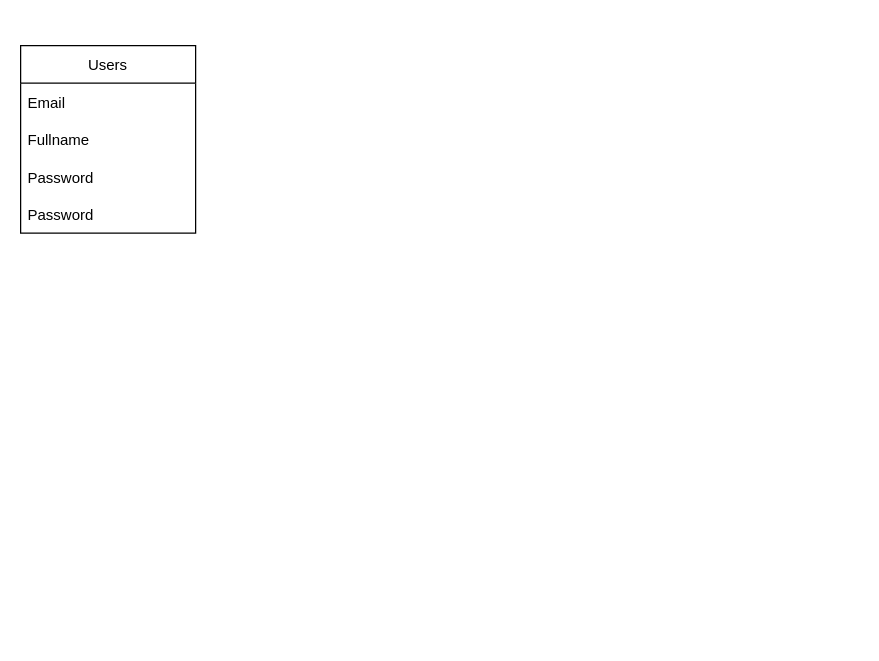
Above: Untitled Diagram.drawio in hafiedh/ardawalika (draw.io), before the change. Source tidied: cells renumbered, new cells numbered last; positions are measured from the earlier drawing's top-left corner, leaving out a move shared by most shapes. Both pictures are drawn from the tidied source at 125%, with x=0, y=0 at pixel (20, 45).
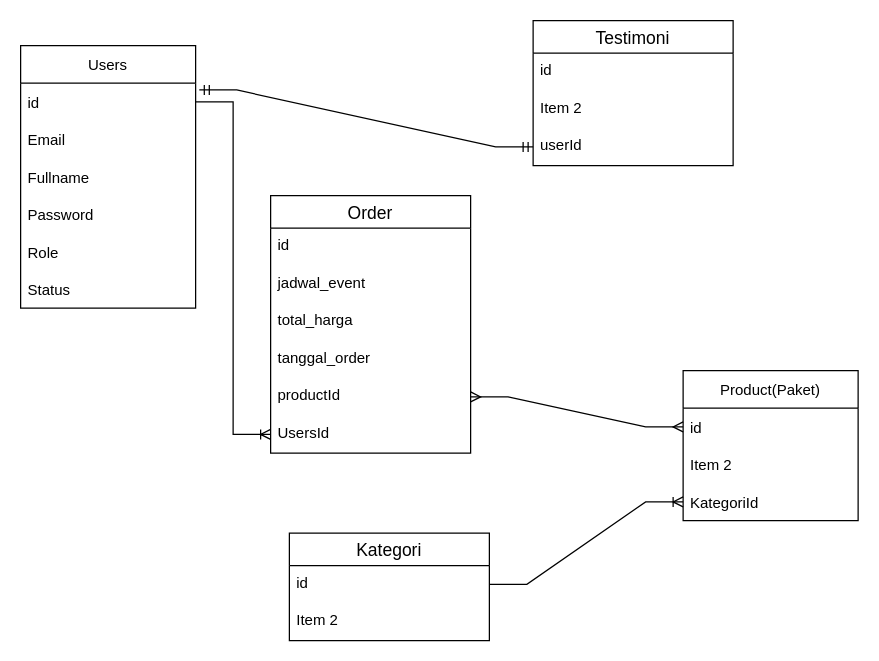
The same page after the edit.

Diff of the diagram source:
```diff
@@
     <mxCell id="2" value="Users" style="swimlane;fontStyle=0;horizontal=1;startSize=30;" parent="1" vertex="1">
-      <mxGeometry width="140" height="150" as="geometry" />
+      <mxGeometry width="140" height="210" as="geometry" />
     </mxCell>
+    <mxCell id="7" value="id" style="text;strokeColor=none;fillColor=none;align=left;verticalAlign=middle;spacingLeft=4;spacingRight=4;overflow=hidden;points=[[0,0.5],[1,0.5]];portConstraint=eastwest;" parent="2" vertex="1">
+      <mxGeometry y="30" width="140" height="30" as="geometry" />
+    </mxCell>
     <mxCell id="3" value="Email" style="text;strokeColor=none;fillColor=none;align=left;verticalAlign=middle;spacingLeft=4;spacingRight=4;overflow=hidden;" parent="2" vertex="1">
-      <mxGeometry y="30" width="140" height="30" as="geometry" />
+      <mxGeometry y="60" width="140" height="30" as="geometry" />
     </mxCell>
     <mxCell id="4" value="Fullname" style="text;strokeColor=none;fillColor=none;align=left;verticalAlign=middle;spacingLeft=4;spacingRight=4;overflow=hidden;" parent="2" vertex="1">
-      <mxGeometry y="60" width="140" height="30" as="geometry" />
+      <mxGeometry y="90" width="140" height="30" as="geometry" />
     </mxCell>
     <mxCell id="5" value="Password" style="text;strokeColor=none;fillColor=none;align=left;verticalAlign=middle;spacingLeft=4;spacingRight=4;overflow=hidden;" parent="2" vertex="1">
-      <mxGeometry y="90" width="140" height="30" as="geometry" />
+      <mxGeometry y="120" width="140" height="30" as="geometry" />
     </mxCell>
-    <mxCell id="6" value="Password" style="text;strokeColor=none;fillColor=none;align=left;verticalAlign=middle;spacingLeft=4;spacingRight=4;overflow=hidden;" parent="2" vertex="1">
-      <mxGeometry y="120" width="140" height="30" as="geometry" />
-    </mxCell>
+    <mxCell id="8" value="Role" style="text;strokeColor=none;fillColor=none;align=left;verticalAlign=middle;spacingLeft=4;spacingRight=4;overflow=hidden;" parent="2" vertex="1">
+      <mxGeometry y="150" width="140" height="30" as="geometry" />
+    </mxCell>
+    <mxCell id="9" value="Status" style="text;strokeColor=none;fillColor=none;align=left;verticalAlign=middle;spacingLeft=4;spacingRight=4;overflow=hidden;" parent="2" vertex="1">
+      <mxGeometry y="180" width="140" height="30" as="geometry" />
+    </mxCell>
+    <mxCell id="10" value="Product(Paket)" style="swimlane;fontStyle=0;horizontal=1;startSize=30;" parent="1" vertex="1">
+      <mxGeometry x="530" y="260" width="140" height="120" as="geometry" />
+    </mxCell>
+    <mxCell id="11" value="id" style="text;strokeColor=none;fillColor=none;align=left;verticalAlign=middle;spacingLeft=4;spacingRight=4;overflow=hidden;points=[[0,0.5],[1,0.5]];portConstraint=eastwest;" parent="10" vertex="1">
+      <mxGeometry y="30" width="140" height="30" as="geometry" />
+    </mxCell>
+    <mxCell id="12" value="Item 2" style="text;strokeColor=none;fillColor=none;align=left;verticalAlign=middle;spacingLeft=4;spacingRight=4;overflow=hidden;" parent="10" vertex="1">
+      <mxGeometry y="60" width="140" height="30" as="geometry" />
+    </mxCell>
+    <mxCell id="13" value="KategoriId" style="text;strokeColor=none;fillColor=none;align=left;verticalAlign=middle;spacingLeft=4;spacingRight=4;overflow=hidden;points=[[0,0.5],[1,0.5]];portConstraint=eastwest;" parent="10" vertex="1">
+      <mxGeometry y="90" width="140" height="30" as="geometry" />
+    </mxCell>
+    <mxCell id="14" style="edgeStyle=entityRelationEdgeStyle;fontSize=12;html=1;endArrow=ERoneToMany;rounded=0;exitX=1;exitY=0.5;exitDx=0;exitDy=0;entryX=0;entryY=0.5;entryDx=0;entryDy=0;" parent="1" edge="1" source="7" target="21">
+      <mxGeometry relative="1" as="geometry" />
+    </mxCell>
+    <mxCell id="15" value="Order" style="swimlane;fontStyle=0;horizontal=1;startSize=26;align=center;fontSize=14;" parent="1" vertex="1">
+      <mxGeometry x="200" y="120" width="160" height="206" as="geometry" />
+    </mxCell>
+    <mxCell id="16" value="id&#10;" style="text;strokeColor=none;fillColor=none;spacingLeft=4;spacingRight=4;overflow=hidden;fontSize=12;" parent="15" vertex="1">
+      <mxGeometry y="26" width="160" height="30" as="geometry" />
+    </mxCell>
+    <mxCell id="17" value="jadwal_event" style="text;strokeColor=none;fillColor=none;spacingLeft=4;spacingRight=4;overflow=hidden;fontSize=12;" parent="15" vertex="1">
+      <mxGeometry y="56" width="160" height="30" as="geometry" />
+    </mxCell>
+    <mxCell id="18" value="total_harga" style="text;strokeColor=none;fillColor=none;spacingLeft=4;spacingRight=4;overflow=hidden;fontSize=12;" parent="15" vertex="1">
+      <mxGeometry y="86" width="160" height="30" as="geometry" />
+    </mxCell>
+    <mxCell id="19" value="tanggal_order" style="text;strokeColor=none;fillColor=none;spacingLeft=4;spacingRight=4;overflow=hidden;fontSize=12;" parent="15" vertex="1">
+      <mxGeometry y="116" width="160" height="30" as="geometry" />
+    </mxCell>
+    <mxCell id="20" value="productId" style="text;strokeColor=none;fillColor=none;spacingLeft=4;spacingRight=4;overflow=hidden;points=[[0,0.5],[1,0.5]];portConstraint=eastwest;fontSize=12;" parent="15" vertex="1">
+      <mxGeometry y="146" width="160" height="30" as="geometry" />
+    </mxCell>
+    <mxCell id="21" value="UsersId" style="text;strokeColor=none;fillColor=none;spacingLeft=4;spacingRight=4;overflow=hidden;points=[[0,0.5],[1,0.5]];portConstraint=eastwest;fontSize=12;" parent="15" vertex="1">
+      <mxGeometry y="176" width="160" height="30" as="geometry" />
+    </mxCell>
+    <mxCell id="22" style="edgeStyle=entityRelationEdgeStyle;fontSize=12;html=1;endArrow=ERmany;startArrow=ERmany;rounded=0;exitX=1;exitY=0.5;exitDx=0;exitDy=0;entryX=0;entryY=0.5;entryDx=0;entryDy=0;" parent="1" edge="1" source="20" target="11">
+      <mxGeometry relative="1" as="geometry" />
+    </mxCell>
+    <mxCell id="23" value="Kategori" style="swimlane;fontStyle=0;horizontal=1;startSize=26;align=center;fontSize=14;" parent="1" vertex="1">
+      <mxGeometry x="215" y="390" width="160" height="86" as="geometry" />
+    </mxCell>
+    <mxCell id="24" value="id" style="text;strokeColor=none;fillColor=none;spacingLeft=4;spacingRight=4;overflow=hidden;points=[[0,0.5],[1,0.5]];portConstraint=eastwest;fontSize=12;" parent="23" vertex="1">
+      <mxGeometry y="26" width="160" height="30" as="geometry" />
+    </mxCell>
+    <mxCell id="25" value="Item 2" style="text;strokeColor=none;fillColor=none;spacingLeft=4;spacingRight=4;overflow=hidden;fontSize=12;" parent="23" vertex="1">
+      <mxGeometry y="56" width="160" height="30" as="geometry" />
+    </mxCell>
+    <mxCell id="26" style="edgeStyle=entityRelationEdgeStyle;fontSize=12;html=1;endArrow=ERoneToMany;rounded=0;exitX=1;exitY=0.5;exitDx=0;exitDy=0;entryX=0;entryY=0.5;entryDx=0;entryDy=0;" parent="1" edge="1" source="24" target="13">
+      <mxGeometry relative="1" as="geometry" />
+    </mxCell>
+    <mxCell id="27" value="Testimoni" style="swimlane;fontStyle=0;horizontal=1;startSize=26;align=center;fontSize=14;" parent="1" vertex="1">
+      <mxGeometry x="410" y="-20" width="160" height="116" as="geometry" />
+    </mxCell>
+    <mxCell id="28" value="id" style="text;strokeColor=none;fillColor=none;spacingLeft=4;spacingRight=4;overflow=hidden;fontSize=12;" parent="27" vertex="1">
+      <mxGeometry y="26" width="160" height="30" as="geometry" />
+    </mxCell>
+    <mxCell id="29" value="Item 2" style="text;strokeColor=none;fillColor=none;spacingLeft=4;spacingRight=4;overflow=hidden;fontSize=12;" parent="27" vertex="1">
+      <mxGeometry y="56" width="160" height="30" as="geometry" />
+    </mxCell>
+    <mxCell id="30" value="userId" style="text;strokeColor=none;fillColor=none;spacingLeft=4;spacingRight=4;overflow=hidden;points=[[0,0.5],[1,0.5]];portConstraint=eastwest;fontSize=12;" parent="27" vertex="1">
+      <mxGeometry y="86" width="160" height="30" as="geometry" />
+    </mxCell>
+    <mxCell id="31" style="edgeStyle=entityRelationEdgeStyle;fontSize=12;html=1;endArrow=ERmandOne;startArrow=ERmandOne;rounded=0;entryX=0;entryY=0.5;entryDx=0;entryDy=0;exitX=1.021;exitY=0.183;exitDx=0;exitDy=0;exitPerimeter=0;" parent="1" edge="1" source="7" target="30">
+      <mxGeometry relative="1" as="geometry" />
+    </mxCell>
```
